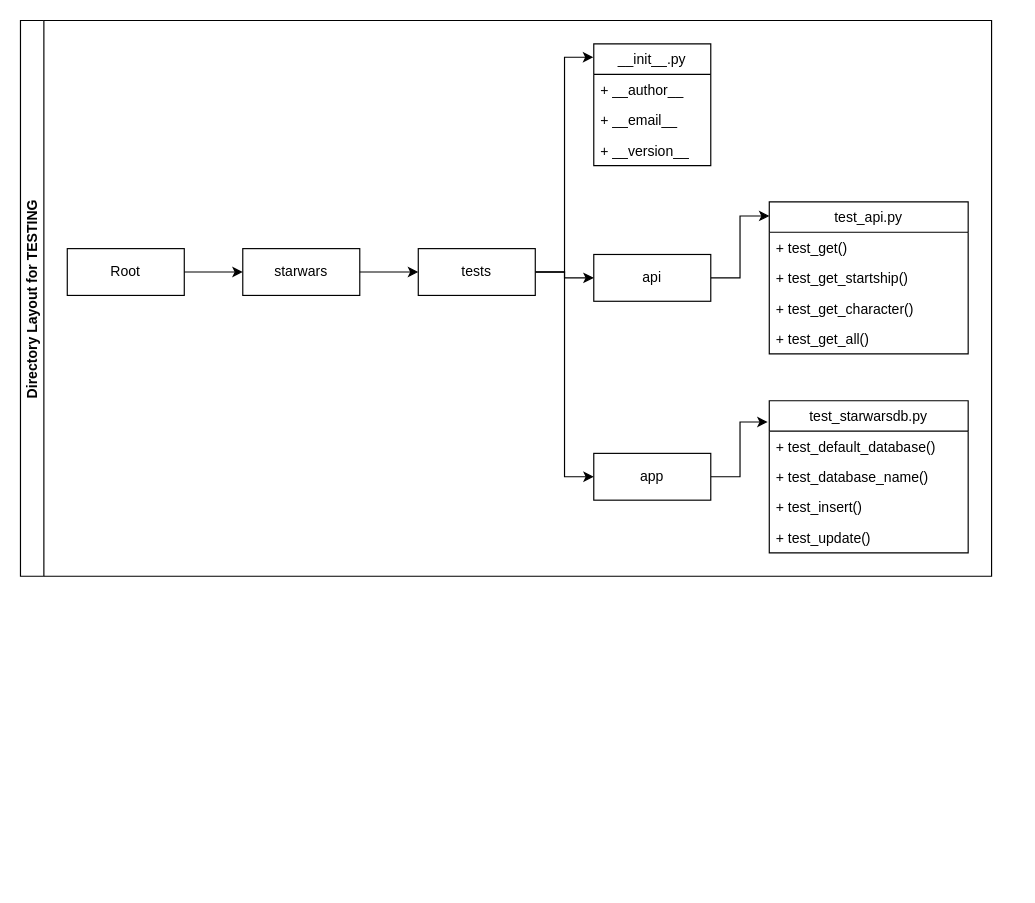
Above: docs/design/StarWars_Testing_Design.drawio in paulaked/Data24-starwars (draw.io), before the change. Source tidied: cells renumbered, new cells numbered last; positions are measured from the earlier drawing's top-left corner, leaving out a move shared by most shapes. Both pictures are drawn from the tidied source at 117%, with x=0, y=0 at pixel (20, 20).
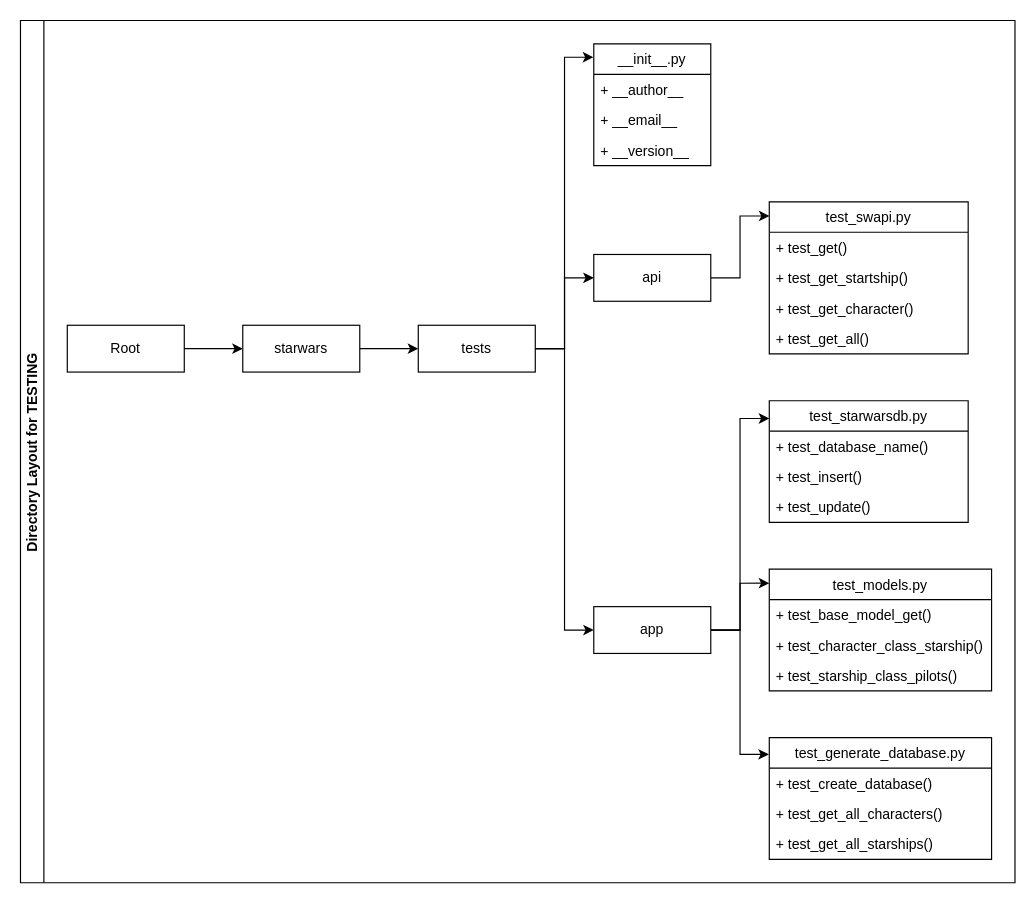
The same page after the edit.

Commit message (it also covers changes not shown here):
Created test plan for app module including the database class and the database creator script

What changed in the source:
```diff
@@
     <mxCell id="2" value="Directory Layout for TESTING" style="swimlane;startSize=20;horizontal=0;horizontalTree=1;containerType=tree;" parent="1" vertex="1">
-      <mxGeometry width="830" height="475" as="geometry" />
+      <mxGeometry width="850" height="737" as="geometry" />
     </mxCell>
     <mxCell id="3" value="Root" style="whiteSpace=wrap;html=1;" parent="2" vertex="1">
-      <mxGeometry x="40" y="195" width="100" height="40" as="geometry" />
+      <mxGeometry x="40" y="260.5" width="100" height="40" as="geometry" />
     </mxCell>
     <mxCell id="4" value="starwars" style="whiteSpace=wrap;html=1;" parent="2" vertex="1">
-      <mxGeometry x="190" y="195" width="100" height="40" as="geometry" />
+      <mxGeometry x="190" y="260.5" width="100" height="40" as="geometry" />
     </mxCell>
@@
     <mxCell id="9" value="tests" style="whiteSpace=wrap;html=1;" parent="2" vertex="1">
-      <mxGeometry x="340" y="195" width="100" height="40" as="geometry" />
+      <mxGeometry x="340" y="260.5" width="100" height="40" as="geometry" />
     </mxCell>
@@
-    <mxCell id="17" style="edgeStyle=orthogonalEdgeStyle;rounded=0;jettySize=auto;html=1;entryX=-0.008;entryY=0.14;entryDx=0;entryDy=0;entryPerimeter=0;" parent="2" edge="1" source="18" target="24">
+    <mxCell id="17" style="edgeStyle=orthogonalEdgeStyle;rounded=0;jettySize=auto;html=1;entryX=0;entryY=0.146;entryDx=0;entryDy=0;entryPerimeter=0;" parent="2" edge="1" source="18" target="24">
       <mxGeometry relative="1" as="geometry" />
     </mxCell>
+    <mxCell id="29" style="edgeStyle=orthogonalEdgeStyle;rounded=0;jettySize=auto;html=1;entryX=0;entryY=0.115;entryDx=0;entryDy=0;entryPerimeter=0;" parent="2" edge="1" source="18" target="31">
+      <mxGeometry relative="1" as="geometry" />
+    </mxCell>
+    <mxCell id="30" style="edgeStyle=orthogonalEdgeStyle;rounded=0;jettySize=auto;html=1;entryX=-0.002;entryY=0.137;entryDx=0;entryDy=0;entryPerimeter=0;" parent="2" edge="1" source="18" target="35">
+      <mxGeometry relative="1" as="geometry" />
+    </mxCell>
     <mxCell id="18" value="app" style="whiteSpace=wrap;html=1;" parent="2" vertex="1">
-      <mxGeometry x="490" y="370" width="100" height="40" as="geometry" />
+      <mxGeometry x="490" y="501" width="100" height="40" as="geometry" />
     </mxCell>
-    <mxCell id="19" value="test_api.py" style="swimlane;fontStyle=0;horizontal=1;startSize=26;fillColor=none;" parent="2" vertex="1">
+    <mxCell id="19" value="test_swapi.py" style="swimlane;fontStyle=0;horizontal=1;startSize=26;fillColor=none;" parent="2" vertex="1">
       <mxGeometry x="640" y="155" width="170" height="130" as="geometry" />
     </mxCell>
@@
     <mxCell id="24" value="test_starwarsdb.py" style="swimlane;fontStyle=0;horizontal=1;startSize=26;fillColor=none;" parent="2" vertex="1">
-      <mxGeometry x="640" y="325" width="170" height="130" as="geometry" />
+      <mxGeometry x="640" y="325" width="170" height="104" as="geometry" />
     </mxCell>
-    <mxCell id="25" value="+ test_default_database()" style="text;strokeColor=none;fillColor=none;align=left;verticalAlign=top;spacingLeft=4;spacingRight=4;overflow=hidden;" parent="24" vertex="1">
-      <mxGeometry y="26" width="170" height="26" as="geometry" />
-    </mxCell>
     <mxCell id="26" value="+ test_database_name()" style="text;strokeColor=none;fillColor=none;align=left;verticalAlign=top;spacingLeft=4;spacingRight=4;overflow=hidden;" parent="24" vertex="1">
-      <mxGeometry y="52" width="170" height="26" as="geometry" />
+      <mxGeometry y="26" width="170" height="26" as="geometry" />
     </mxCell>
     <mxCell id="27" value="+ test_insert()" style="text;strokeColor=none;fillColor=none;align=left;verticalAlign=top;spacingLeft=4;spacingRight=4;overflow=hidden;" parent="24" vertex="1">
-      <mxGeometry y="78" width="170" height="26" as="geometry" />
+      <mxGeometry y="52" width="170" height="26" as="geometry" />
     </mxCell>
     <mxCell id="28" value="+ test_update()" style="text;strokeColor=none;fillColor=none;align=left;verticalAlign=top;spacingLeft=4;spacingRight=4;overflow=hidden;" parent="24" vertex="1">
-      <mxGeometry y="104" width="170" height="26" as="geometry" />
+      <mxGeometry y="78" width="170" height="26" as="geometry" />
     </mxCell>
+    <mxCell id="31" value="test_models.py" style="swimlane;fontStyle=0;horizontal=1;startSize=26;fillColor=none;" parent="2" vertex="1">
+      <mxGeometry x="640" y="469" width="190" height="104" as="geometry" />
+    </mxCell>
+    <mxCell id="32" value="+ test_base_model_get()" style="text;strokeColor=none;fillColor=none;align=left;verticalAlign=top;spacingLeft=4;spacingRight=4;overflow=hidden;" parent="31" vertex="1">
+      <mxGeometry y="26" width="190" height="26" as="geometry" />
+    </mxCell>
+    <mxCell id="33" value="+ test_character_class_starship()" style="text;strokeColor=none;fillColor=none;align=left;verticalAlign=top;spacingLeft=4;spacingRight=4;overflow=hidden;" parent="31" vertex="1">
+      <mxGeometry y="52" width="190" height="26" as="geometry" />
+    </mxCell>
+    <mxCell id="34" value="+ test_starship_class_pilots()" style="text;strokeColor=none;fillColor=none;align=left;verticalAlign=top;spacingLeft=4;spacingRight=4;overflow=hidden;" parent="31" vertex="1">
+      <mxGeometry y="78" width="190" height="26" as="geometry" />
+    </mxCell>
+    <mxCell id="35" value="test_generate_database.py" style="swimlane;fontStyle=0;horizontal=1;startSize=26;fillColor=none;" parent="2" vertex="1">
+      <mxGeometry x="640" y="613" width="190" height="104" as="geometry" />
+    </mxCell>
+    <mxCell id="36" value="+ test_create_database()" style="text;strokeColor=none;fillColor=none;align=left;verticalAlign=top;spacingLeft=4;spacingRight=4;overflow=hidden;" parent="35" vertex="1">
+      <mxGeometry y="26" width="190" height="26" as="geometry" />
+    </mxCell>
+    <mxCell id="37" value="+ test_get_all_characters()" style="text;strokeColor=none;fillColor=none;align=left;verticalAlign=top;spacingLeft=4;spacingRight=4;overflow=hidden;" parent="35" vertex="1">
+      <mxGeometry y="52" width="190" height="26" as="geometry" />
+    </mxCell>
+    <mxCell id="38" value="+ test_get_all_starships()" style="text;strokeColor=none;fillColor=none;align=left;verticalAlign=top;spacingLeft=4;spacingRight=4;overflow=hidden;" parent="35" vertex="1">
+      <mxGeometry y="78" width="190" height="26" as="geometry" />
+    </mxCell>
```
